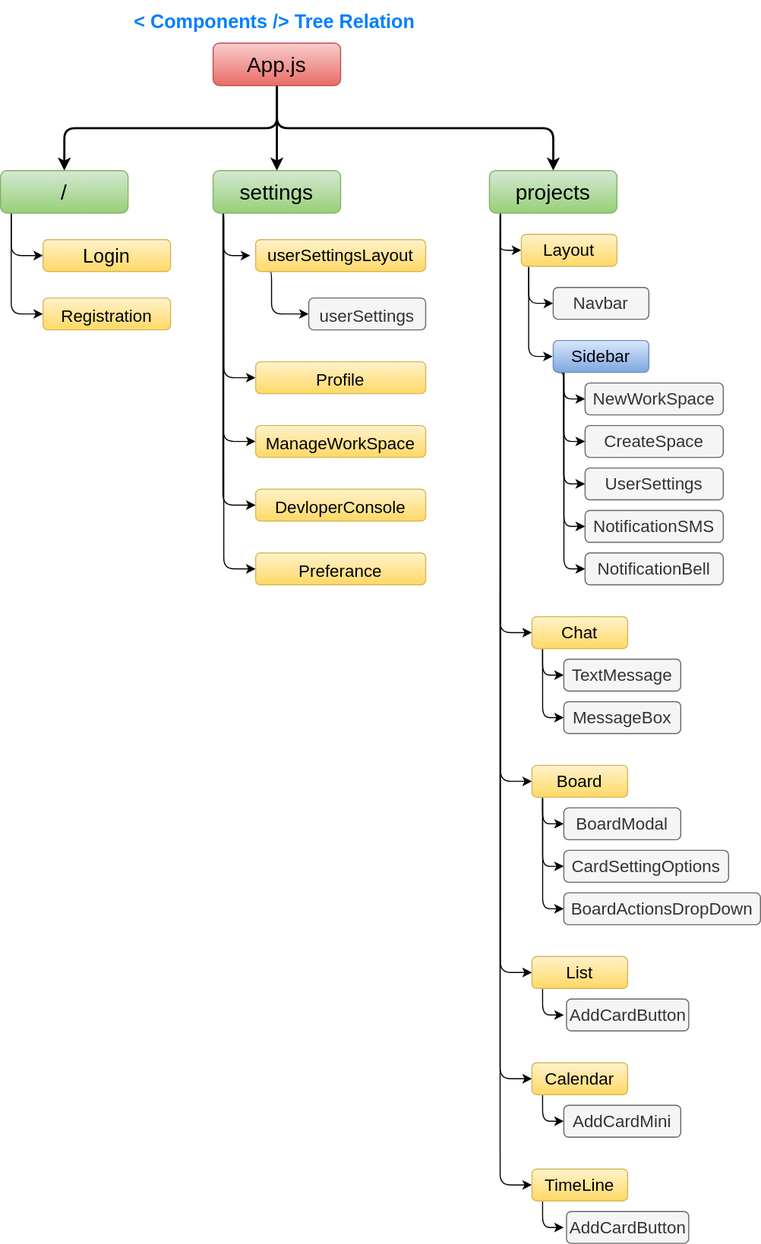
make-real/beta-squad keeps this draw.io diagram as src/assets/ComponentsTree.svg. Above is the earlier version. Source tidied: cells renumbered, new cells last; positions are measured from the earlier drawing's top-left corner, leaving out a move shared by most shapes.
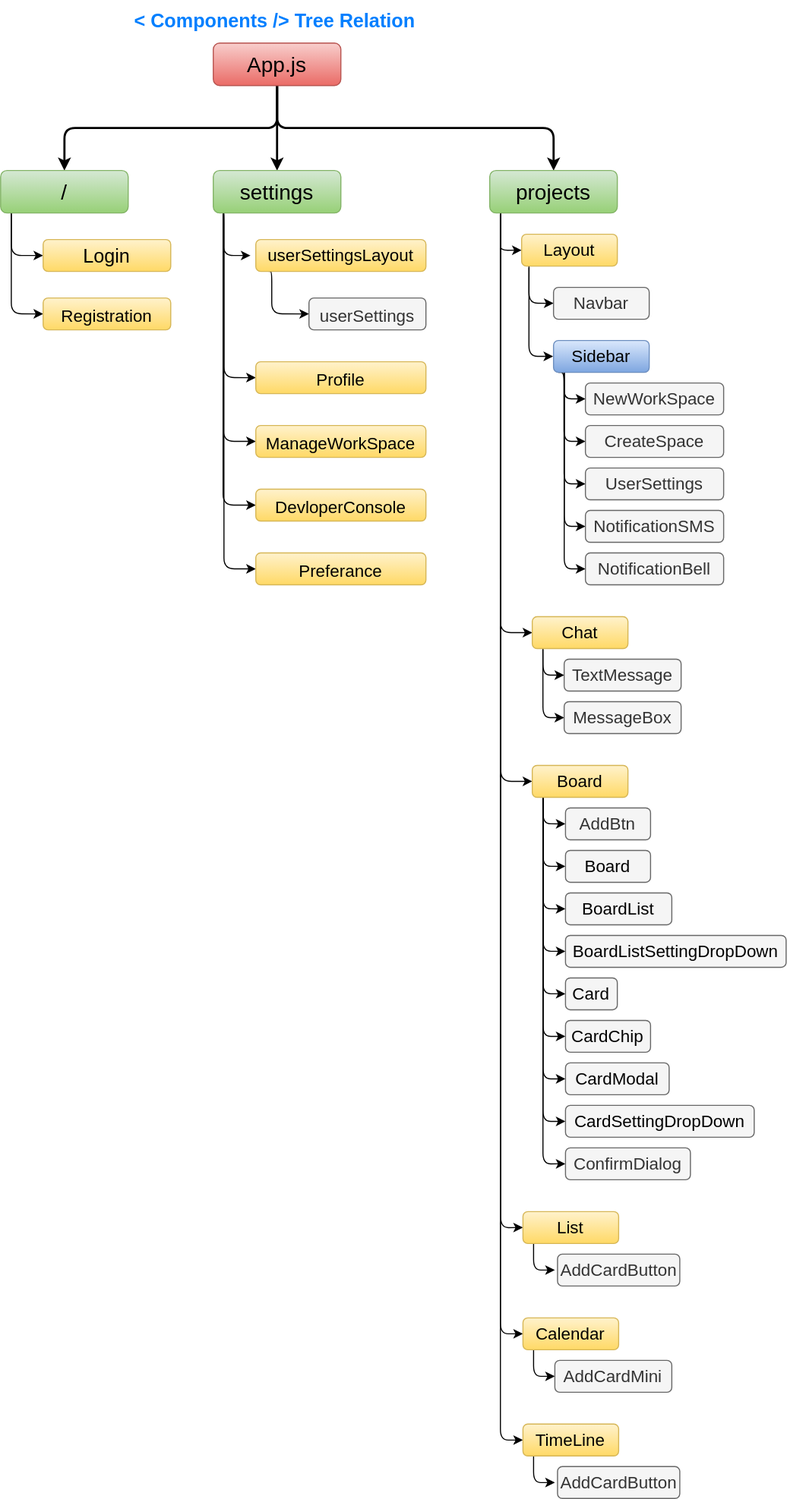
The same file after the commit.

What changed in the source:
```diff
@@ -235,58 +235,100 @@
     <mxCell id="52" style="edgeStyle=orthogonalEdgeStyle;rounded=1;jettySize=auto;html=1;exitX=0.112;exitY=1.035;exitDx=0;exitDy=0;entryX=0;entryY=0.5;entryDx=0;entryDy=0;fontFamily=Helvetica;fontSize=16;fontColor=default;strokeWidth=1;exitPerimeter=0;" parent="1" edge="1" source="53" target="65">
       <mxGeometry relative="1" as="geometry" />
     </mxCell>
+    <mxCell id="68" style="edgeStyle=orthogonalEdgeStyle;rounded=1;jettySize=auto;html=1;entryX=0;entryY=0.5;entryDx=0;entryDy=0;fontColor=#000000;strokeColor=default;" parent="1" edge="1" source="53" target="74">
+      <mxGeometry relative="1" as="geometry">
+        <Array as="points">
+          <mxPoint x="510" y="855" />
+        </Array>
+      </mxGeometry>
+    </mxCell>
+    <mxCell id="69" style="edgeStyle=orthogonalEdgeStyle;rounded=1;jettySize=auto;html=1;entryX=0;entryY=0.5;entryDx=0;entryDy=0;fontColor=#000000;strokeColor=default;" parent="1" edge="1" source="53" target="75">
+      <mxGeometry relative="1" as="geometry">
+        <Array as="points">
+          <mxPoint x="510" y="895" />
+        </Array>
+      </mxGeometry>
+    </mxCell>
+    <mxCell id="70" style="edgeStyle=orthogonalEdgeStyle;rounded=1;jettySize=auto;html=1;entryX=0;entryY=0.5;entryDx=0;entryDy=0;fontColor=#000000;strokeColor=default;" parent="1" edge="1" source="53" target="76">
+      <mxGeometry relative="1" as="geometry">
+        <Array as="points">
+          <mxPoint x="510" y="935" />
+        </Array>
+      </mxGeometry>
+    </mxCell>
+    <mxCell id="71" style="edgeStyle=orthogonalEdgeStyle;rounded=1;jettySize=auto;html=1;entryX=0;entryY=0.5;entryDx=0;entryDy=0;fontColor=#000000;strokeColor=default;" parent="1" edge="1" source="53" target="79">
+      <mxGeometry relative="1" as="geometry">
+        <Array as="points">
+          <mxPoint x="510" y="975" />
+        </Array>
+      </mxGeometry>
+    </mxCell>
+    <mxCell id="72" style="edgeStyle=orthogonalEdgeStyle;rounded=1;jettySize=auto;html=1;entryX=0;entryY=0.5;entryDx=0;entryDy=0;fontColor=#000000;strokeColor=default;" parent="1" edge="1" source="53" target="77">
+      <mxGeometry relative="1" as="geometry">
+        <Array as="points">
+          <mxPoint x="510" y="1015" />
+        </Array>
+      </mxGeometry>
+    </mxCell>
+    <mxCell id="73" style="edgeStyle=orthogonalEdgeStyle;rounded=1;jettySize=auto;html=1;entryX=0;entryY=0.5;entryDx=0;entryDy=0;fontColor=#000000;strokeColor=default;" parent="1" edge="1" source="53" target="78">
+      <mxGeometry relative="1" as="geometry">
+        <Array as="points">
+          <mxPoint x="510" y="1055" />
+        </Array>
+      </mxGeometry>
+    </mxCell>
     <mxCell id="53" value="Board" style="rounded=1;whiteSpace=wrap;fontSize=16;horizontal=1;verticalAlign=middle;align=center;labelBorderColor=none;labelBackgroundColor=none;html=1;fontFamily=Helvetica;fillColor=#fff2cc;strokeColor=#d6b656;gradientColor=#ffd966;" parent="1" vertex="1">
       <mxGeometry x="500" y="720" width="90" height="30" as="geometry" />
     </mxCell>
-    <mxCell id="54" value="&lt;font&gt;BoardModal&lt;/font&gt;" style="rounded=1;whiteSpace=wrap;fontSize=16;horizontal=1;verticalAlign=middle;align=center;labelBorderColor=none;labelBackgroundColor=none;html=1;fontFamily=Helvetica;fillColor=#f5f5f5;strokeColor=#666666;fontColor=#333333;" parent="1" vertex="1">
-      <mxGeometry x="530" y="760" width="110" height="30" as="geometry" />
+    <mxCell id="54" value="AddBtn" style="rounded=1;whiteSpace=wrap;fontSize=16;horizontal=1;verticalAlign=middle;align=center;labelBorderColor=none;labelBackgroundColor=none;html=1;fontFamily=Helvetica;fillColor=#f5f5f5;strokeColor=#666666;fontColor=#333333;" parent="1" vertex="1">
+      <mxGeometry x="531.2" y="760" width="80" height="30" as="geometry" />
     </mxCell>
-    <mxCell id="55" value="&lt;font&gt;CardSettingOptions&lt;/font&gt;" style="rounded=1;whiteSpace=wrap;fontSize=16;horizontal=1;verticalAlign=middle;align=center;labelBorderColor=none;labelBackgroundColor=none;html=1;fontFamily=Helvetica;fillColor=#f5f5f5;strokeColor=#666666;fontColor=#333333;" parent="1" vertex="1">
-      <mxGeometry x="530" y="800" width="155" height="30" as="geometry" />
+    <mxCell id="55" value="&lt;span style=&quot;color: rgb(0, 0, 0);&quot;&gt;Board&lt;/span&gt;" style="rounded=1;whiteSpace=wrap;fontSize=16;horizontal=1;verticalAlign=middle;align=center;labelBorderColor=none;labelBackgroundColor=none;html=1;fontFamily=Helvetica;fillColor=#f5f5f5;strokeColor=#666666;fontColor=#333333;" parent="1" vertex="1">
+      <mxGeometry x="531.2" y="800" width="80" height="30" as="geometry" />
     </mxCell>
     <mxCell id="56" style="edgeStyle=orthogonalEdgeStyle;rounded=1;jettySize=auto;html=1;exitX=0.111;exitY=1.007;exitDx=0;exitDy=0;entryX=0;entryY=0.5;entryDx=0;entryDy=0;fontFamily=Helvetica;fontSize=16;fontColor=default;strokeWidth=1;exitPerimeter=0;" parent="1" edge="1" source="57">
       <mxGeometry relative="1" as="geometry">
-        <mxPoint x="530" y="955" as="targetPoint" />
+        <mxPoint x="521.2" y="1195" as="targetPoint" />
         <Array as="points">
-          <mxPoint x="510" y="955" />
+          <mxPoint x="501.2" y="1195" />
         </Array>
       </mxGeometry>
     </mxCell>
     <mxCell id="57" value="&lt;font&gt;List&lt;/font&gt;" style="rounded=1;whiteSpace=wrap;fontSize=16;horizontal=1;verticalAlign=middle;align=center;labelBorderColor=none;labelBackgroundColor=none;html=1;fontFamily=Helvetica;fillColor=#fff2cc;strokeColor=#d6b656;gradientColor=#ffd966;" parent="1" vertex="1">
-      <mxGeometry x="500" y="900" width="90" height="30" as="geometry" />
+      <mxGeometry x="491.2" y="1140" width="90" height="30" as="geometry" />
     </mxCell>
     <mxCell id="58" style="edgeStyle=orthogonalEdgeStyle;rounded=1;jettySize=auto;html=1;exitX=0.111;exitY=1.007;exitDx=0;exitDy=0;entryX=0;entryY=0.5;entryDx=0;entryDy=0;fontFamily=Helvetica;fontSize=16;fontColor=default;strokeWidth=1;exitPerimeter=0;" parent="1" edge="1" source="59" target="60">
       <mxGeometry relative="1" as="geometry">
         <Array as="points">
-          <mxPoint x="510" y="1055" />
+          <mxPoint x="501.2" y="1295" />
         </Array>
       </mxGeometry>
     </mxCell>
     <mxCell id="59" value="&lt;font&gt;Calendar&lt;/font&gt;" style="rounded=1;whiteSpace=wrap;fontSize=16;horizontal=1;verticalAlign=middle;align=center;labelBorderColor=none;labelBackgroundColor=none;html=1;fontFamily=Helvetica;fillColor=#fff2cc;strokeColor=#d6b656;gradientColor=#ffd966;" parent="1" vertex="1">
-      <mxGeometry x="500" y="1000" width="90" height="30" as="geometry" />
+      <mxGeometry x="491.2" y="1240" width="90" height="30" as="geometry" />
     </mxCell>
     <mxCell id="60" value="&lt;font&gt;AddCardMini&lt;/font&gt;" style="rounded=1;whiteSpace=wrap;fontSize=16;horizontal=1;verticalAlign=middle;align=center;labelBorderColor=none;labelBackgroundColor=none;html=1;fontFamily=Helvetica;fillColor=#f5f5f5;strokeColor=#666666;fontColor=#333333;" parent="1" vertex="1">
-      <mxGeometry x="530" y="1040" width="110" height="30" as="geometry" />
+      <mxGeometry x="521.2" y="1280" width="110" height="30" as="geometry" />
     </mxCell>
     <mxCell id="61" style="edgeStyle=orthogonalEdgeStyle;rounded=1;jettySize=auto;html=1;exitX=0.111;exitY=1.007;exitDx=0;exitDy=0;entryX=0;entryY=0.5;entryDx=0;entryDy=0;fontFamily=Helvetica;fontSize=16;fontColor=default;strokeWidth=1;exitPerimeter=0;" parent="1" edge="1" source="62">
       <mxGeometry relative="1" as="geometry">
-        <mxPoint x="530" y="1155" as="targetPoint" />
+        <mxPoint x="521.2" y="1395" as="targetPoint" />
         <Array as="points">
-          <mxPoint x="510" y="1155" />
+          <mxPoint x="501.2" y="1395" />
         </Array>
       </mxGeometry>
     </mxCell>
     <mxCell id="62" value="&lt;font&gt;TimeLine&lt;/font&gt;" style="rounded=1;whiteSpace=wrap;fontSize=16;horizontal=1;verticalAlign=middle;align=center;labelBorderColor=none;labelBackgroundColor=none;html=1;fontFamily=Helvetica;fillColor=#fff2cc;strokeColor=#d6b656;gradientColor=#ffd966;" parent="1" vertex="1">
-      <mxGeometry x="500" y="1100" width="90" height="30" as="geometry" />
+      <mxGeometry x="491.2" y="1340" width="90" height="30" as="geometry" />
     </mxCell>
     <mxCell id="63" value="&lt;font&gt;AddCardButton&lt;/font&gt;" style="rounded=1;whiteSpace=wrap;fontSize=16;horizontal=1;verticalAlign=middle;align=center;labelBorderColor=none;labelBackgroundColor=none;html=1;fontFamily=Helvetica;fillColor=#f5f5f5;strokeColor=#666666;fontColor=#333333;" parent="1" vertex="1">
-      <mxGeometry x="532.5" y="1140" width="115" height="30" as="geometry" />
+      <mxGeometry x="523.8" y="1380" width="115" height="30" as="geometry" />
     </mxCell>
     <mxCell id="64" value="&lt;font&gt;AddCardButton&lt;/font&gt;" style="rounded=1;whiteSpace=wrap;fontSize=16;horizontal=1;verticalAlign=middle;align=center;labelBorderColor=none;labelBackgroundColor=none;html=1;fontFamily=Helvetica;fillColor=#f5f5f5;fontColor=#333333;strokeColor=#666666;" parent="1" vertex="1">
-      <mxGeometry x="532.5" y="940" width="115" height="30" as="geometry" />
+      <mxGeometry x="523.8" y="1180" width="115" height="30" as="geometry" />
     </mxCell>
-    <mxCell id="65" value="&lt;font&gt;BoardActionsDropDown&lt;/font&gt;" style="rounded=1;whiteSpace=wrap;fontSize=16;horizontal=1;verticalAlign=middle;align=center;labelBorderColor=none;labelBackgroundColor=none;html=1;fontFamily=Helvetica;fillColor=#f5f5f5;strokeColor=#666666;fontColor=#333333;" parent="1" vertex="1">
-      <mxGeometry x="530" y="840" width="185" height="30" as="geometry" />
+    <mxCell id="65" value="&lt;font&gt;ConfirmDialog&lt;/font&gt;" style="rounded=1;whiteSpace=wrap;fontSize=16;horizontal=1;verticalAlign=middle;align=center;labelBorderColor=none;labelBackgroundColor=none;html=1;fontFamily=Helvetica;fillColor=#f5f5f5;strokeColor=#666666;fontColor=#333333;" parent="1" vertex="1">
+      <mxGeometry x="531.2" y="1080" width="117.5" height="30" as="geometry" />
     </mxCell>
     <mxCell id="66" value="userSettingsLayout" style="rounded=1;whiteSpace=wrap;fontSize=16;horizontal=1;verticalAlign=middle;align=center;labelBorderColor=none;labelBackgroundColor=none;html=1;fontFamily=Helvetica;fillColor=#fff2cc;strokeColor=#d6b656;gradientColor=#ffd966;" parent="1" vertex="1">
       <mxGeometry x="240" y="225" width="160" height="30" as="geometry" />
@@ -294,5 +336,23 @@
     <mxCell id="67" value="&lt;font color=&quot;#007fff&quot; style=&quot;font-size: 18px;&quot;&gt;&amp;lt; Components&amp;nbsp;&lt;/font&gt;&lt;span style=&quot;color: rgb(0, 127, 255);&quot;&gt;/&amp;gt;&lt;/span&gt;&lt;font color=&quot;#007fff&quot; style=&quot;font-size: 18px;&quot;&gt;&amp;nbsp;Tree Relation&amp;nbsp;&lt;/font&gt;" style="text;html=1;align=center;verticalAlign=middle;strokeColor=none;fillColor=none;fontColor=#FEFAE0;fontSize=18;fontStyle=1;rounded=1;arcSize=50;" parent="1" vertex="1">
       <mxGeometry x="115" width="290" height="40" as="geometry" />
     </mxCell>
+    <mxCell id="74" value="&lt;font color=&quot;#000000&quot;&gt;BoardList&lt;/font&gt;" style="rounded=1;whiteSpace=wrap;fontSize=16;horizontal=1;verticalAlign=middle;align=center;labelBorderColor=none;labelBackgroundColor=none;html=1;fontFamily=Helvetica;fillColor=#f5f5f5;strokeColor=#666666;fontColor=#333333;" parent="1" vertex="1">
+      <mxGeometry x="531.2" y="840" width="100" height="30" as="geometry" />
+    </mxCell>
+    <mxCell id="75" value="&lt;font color=&quot;#000000&quot;&gt;BoardListSettingDropDown&lt;/font&gt;" style="rounded=1;whiteSpace=wrap;fontSize=16;horizontal=1;verticalAlign=middle;align=center;labelBorderColor=none;labelBackgroundColor=none;html=1;fontFamily=Helvetica;fillColor=#f5f5f5;strokeColor=#666666;fontColor=#333333;" parent="1" vertex="1">
+      <mxGeometry x="531.2" y="880" width="207.5" height="30" as="geometry" />
+    </mxCell>
+    <mxCell id="76" value="&lt;span style=&quot;color: rgb(0, 0, 0);&quot;&gt;Card&lt;/span&gt;" style="rounded=1;whiteSpace=wrap;fontSize=16;horizontal=1;verticalAlign=middle;align=center;labelBorderColor=none;labelBackgroundColor=none;html=1;fontFamily=Helvetica;fillColor=#f5f5f5;strokeColor=#666666;fontColor=#333333;" parent="1" vertex="1">
+      <mxGeometry x="531.2" y="920" width="48.8" height="30" as="geometry" />
+    </mxCell>
+    <mxCell id="77" value="&lt;font color=&quot;#000000&quot;&gt;CardModal&lt;/font&gt;" style="rounded=1;whiteSpace=wrap;fontSize=16;horizontal=1;verticalAlign=middle;align=center;labelBorderColor=none;labelBackgroundColor=none;html=1;fontFamily=Helvetica;fillColor=#f5f5f5;strokeColor=#666666;fontColor=#333333;" parent="1" vertex="1">
+      <mxGeometry x="531.2" y="1000" width="97.5" height="30" as="geometry" />
+    </mxCell>
+    <mxCell id="78" value="&lt;font color=&quot;#000000&quot;&gt;CardSettingDropDown&lt;/font&gt;" style="rounded=1;whiteSpace=wrap;fontSize=16;horizontal=1;verticalAlign=middle;align=center;labelBorderColor=none;labelBackgroundColor=none;html=1;fontFamily=Helvetica;fillColor=#f5f5f5;strokeColor=#666666;fontColor=#333333;" parent="1" vertex="1">
+      <mxGeometry x="531.2" y="1040" width="177.5" height="30" as="geometry" />
+    </mxCell>
+    <mxCell id="79" value="&lt;font color=&quot;#000000&quot;&gt;CardChip&lt;/font&gt;" style="rounded=1;whiteSpace=wrap;fontSize=16;horizontal=1;verticalAlign=middle;align=center;labelBorderColor=none;labelBackgroundColor=none;html=1;fontFamily=Helvetica;fillColor=#f5f5f5;strokeColor=#666666;fontColor=#333333;" parent="1" vertex="1">
+      <mxGeometry x="531.2" y="960" width="80" height="30" as="geometry" />
+    </mxCell>
   </root>
 </mxGraphModel>
```
